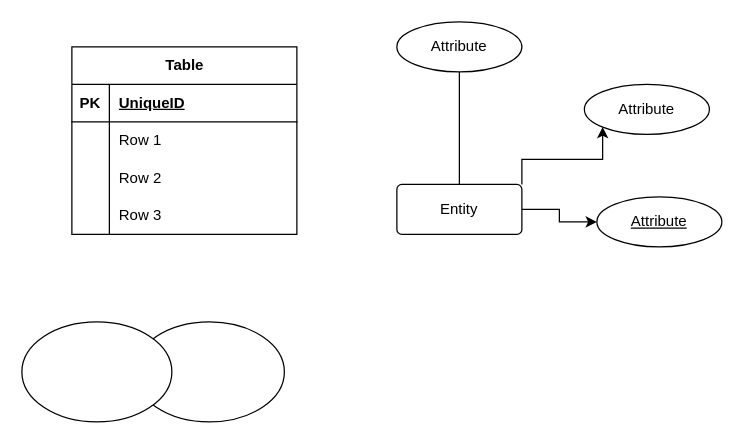
Above: Untitled Diagram.drawio in itsfadymate/Customer-Data-Management-System (draw.io), before the change. Source tidied: cells renumbered, new cells numbered last; positions are measured from the earlier drawing's top-left corner, leaving out a move shared by most shapes. Both pictures are drawn from the tidied source at 125%, with x=0, y=0 at pixel (21, 21).
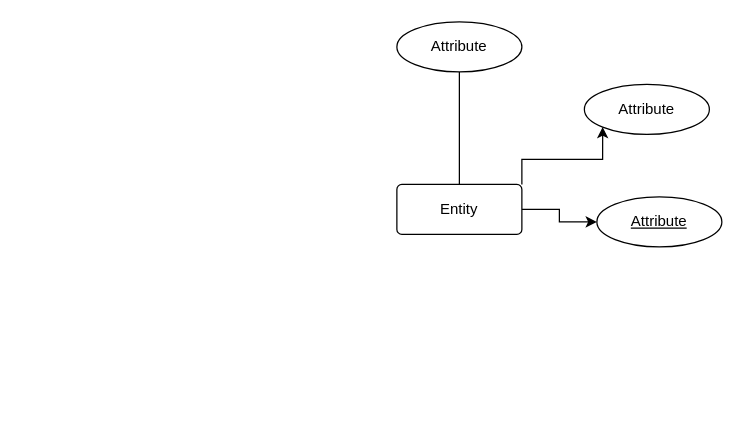
The same diagram, later.

The edit, as a diff of the source:
```diff
@@
-    <mxCell id="2" value="Table" style="shape=table;startSize=30;childLayout=tableLayout;rowLines=0;fontStyle=1;align=center;html=1;" parent="1" vertex="1">
-      <mxGeometry x="40" y="20" width="180" height="150" as="geometry" />
-    </mxCell>
-    <mxCell id="3" style="shape=tableRow;horizontal=0;startSize=0;swimlaneHead=0;swimlaneBody=0;fillColor=none;top=0;left=0;right=0;bottom=1;" parent="2" vertex="1">
-      <mxGeometry y="30" width="180" height="30" as="geometry" />
-    </mxCell>
-    <mxCell id="4" value="PK" style="shape=partialRectangle;fillColor=none;top=0;left=0;bottom=0;right=0;fontStyle=1;overflow=hidden;whiteSpace=wrap;html=1;" parent="3" vertex="1">
-      <mxGeometry width="30" height="30" as="geometry" />
-    </mxCell>
-    <mxCell id="5" value="UniqueID" style="shape=partialRectangle;fillColor=none;top=0;left=0;bottom=0;right=0;align=left;spacingLeft=6;fontStyle=5;overflow=hidden;whiteSpace=wrap;html=1;" parent="3" vertex="1">
-      <mxGeometry x="30" width="150" height="30" as="geometry" />
-    </mxCell>
-    <mxCell id="6" style="shape=tableRow;horizontal=0;startSize=0;swimlaneHead=0;swimlaneBody=0;fillColor=none;top=0;left=0;right=0;bottom=0;" parent="2" vertex="1">
-      <mxGeometry y="60" width="180" height="30" as="geometry" />
-    </mxCell>
-    <mxCell id="7" style="shape=partialRectangle;fillColor=none;top=0;left=0;bottom=0;right=0;overflow=hidden;whiteSpace=wrap;html=1;" parent="6" vertex="1">
-      <mxGeometry width="30" height="30" as="geometry" />
-    </mxCell>
-    <mxCell id="8" value="Row 1" style="shape=partialRectangle;fillColor=none;top=0;left=0;bottom=0;right=0;align=left;spacingLeft=6;overflow=hidden;whiteSpace=wrap;html=1;" parent="6" vertex="1">
-      <mxGeometry x="30" width="150" height="30" as="geometry" />
-    </mxCell>
-    <mxCell id="9" style="shape=tableRow;horizontal=0;startSize=0;swimlaneHead=0;swimlaneBody=0;fillColor=none;top=0;left=0;right=0;bottom=0;" parent="2" vertex="1">
-      <mxGeometry y="90" width="180" height="30" as="geometry" />
-    </mxCell>
-    <mxCell id="10" style="shape=partialRectangle;fillColor=none;top=0;left=0;bottom=0;right=0;overflow=hidden;whiteSpace=wrap;html=1;" parent="9" vertex="1">
-      <mxGeometry width="30" height="30" as="geometry" />
-    </mxCell>
-    <mxCell id="11" value="Row 2" style="shape=partialRectangle;fillColor=none;top=0;left=0;bottom=0;right=0;align=left;spacingLeft=6;overflow=hidden;whiteSpace=wrap;html=1;" parent="9" vertex="1">
-      <mxGeometry x="30" width="150" height="30" as="geometry" />
-    </mxCell>
-    <mxCell id="12" style="shape=tableRow;horizontal=0;startSize=0;swimlaneHead=0;swimlaneBody=0;fillColor=none;top=0;left=0;right=0;bottom=0;" parent="2" vertex="1">
-      <mxGeometry y="120" width="180" height="30" as="geometry" />
-    </mxCell>
-    <mxCell id="13" style="shape=partialRectangle;fillColor=none;top=0;left=0;bottom=0;right=0;overflow=hidden;whiteSpace=wrap;html=1;" parent="12" vertex="1">
-      <mxGeometry width="30" height="30" as="geometry" />
-    </mxCell>
-    <mxCell id="14" value="Row 3" style="shape=partialRectangle;fillColor=none;top=0;left=0;bottom=0;right=0;align=left;spacingLeft=6;overflow=hidden;whiteSpace=wrap;html=1;" parent="12" vertex="1">
-      <mxGeometry x="30" width="150" height="30" as="geometry" />
-    </mxCell>
@@
-    <mxCell id="22" style="ellipse;whiteSpace=wrap;html=1;" parent="1" vertex="1">
-      <mxGeometry x="90" y="240" width="120" height="80" as="geometry" />
-    </mxCell>
-    <mxCell id="23" style="ellipse;whiteSpace=wrap;html=1;" parent="1" vertex="1">
-      <mxGeometry y="240" width="120" height="80" as="geometry" />
-    </mxCell>
```
